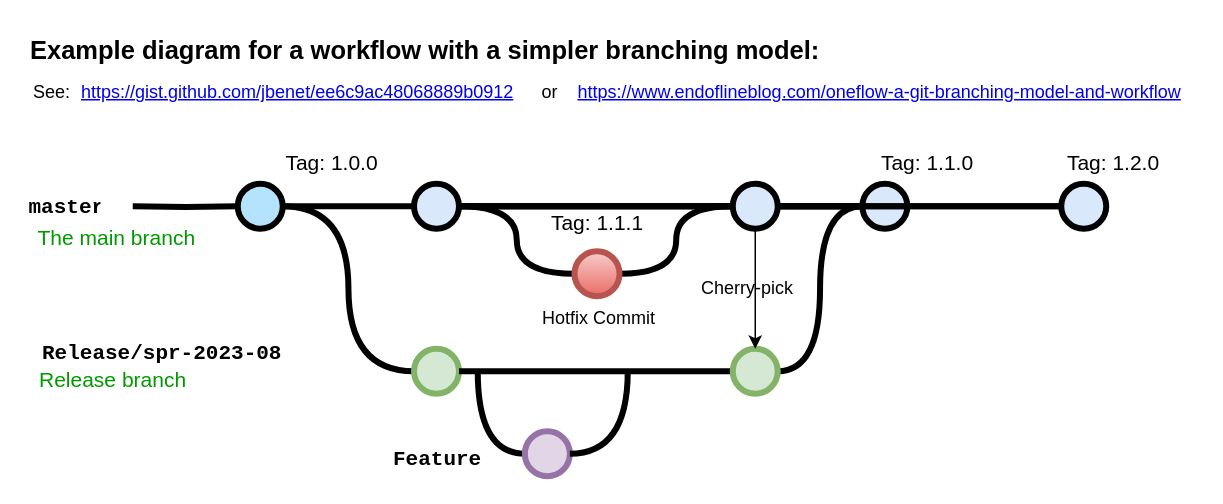
mbetancourt82/mbetancourt keeps this draw.io diagram as Untitled Diagram.drawio. Above is the earlier version. Source tidied: cells renumbered, new cells numbered last; positions are measured from the earlier drawing's top-left corner, leaving out a move shared by most shapes. Both pictures are drawn from the tidied source at 150%, with x=0, y=0 at pixel (27, 26).
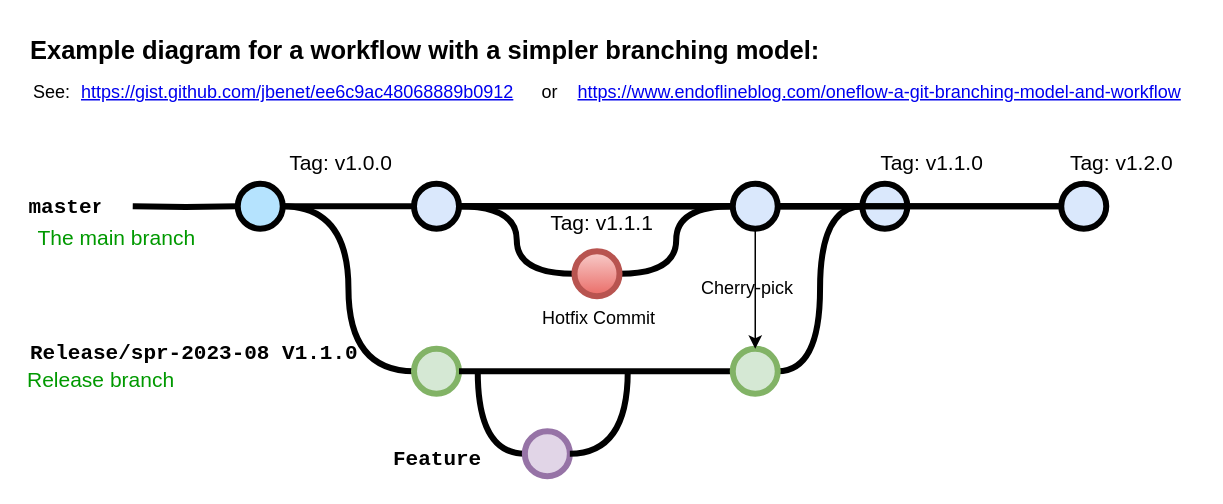
Above is the later version.

The edit, as a diff of the source:
```diff
@@
-    <mxCell id="21" value="Release/spr-2023-08" style="text;html=1;strokeColor=none;fillColor=none;align=left;verticalAlign=middle;whiteSpace=wrap;overflow=hidden;fontSize=14;fontStyle=1;fontFamily=Courier New;" parent="1" vertex="1">
-      <mxGeometry x="7.5" y="207" width="240" height="20" as="geometry" />
+    <mxCell id="21" value="Release/spr-2023-08 V1.1.0" style="text;html=1;strokeColor=none;fillColor=none;align=left;verticalAlign=middle;whiteSpace=wrap;overflow=hidden;fontSize=14;fontStyle=1;fontFamily=Courier New;" parent="1" vertex="1">
+      <mxGeometry x="-0.5" y="207" width="240" height="20" as="geometry" />
     </mxCell>
@@
     <mxCell id="23" value="Release branch" style="text;html=1;strokeColor=none;fillColor=none;align=left;verticalAlign=middle;whiteSpace=wrap;overflow=hidden;fontSize=14;fontStyle=0;fontColor=#009900;" parent="1" vertex="1">
-      <mxGeometry x="6.2" y="225" width="202.2" height="20" as="geometry" />
+      <mxGeometry x="-1.8" y="225" width="202.2" height="20" as="geometry" />
     </mxCell>
-    <mxCell id="24" value="Tag: 1.0.0" style="text;html=1;strokeColor=none;fillColor=none;align=center;verticalAlign=middle;whiteSpace=wrap;overflow=hidden;fontSize=14;" parent="1" vertex="1">
-      <mxGeometry x="168.4" y="80" width="70" height="20" as="geometry" />
+    <mxCell id="24" value="Tag: v1.0.0" style="text;html=1;strokeColor=none;fillColor=none;align=center;verticalAlign=middle;whiteSpace=wrap;overflow=hidden;fontSize=14;" parent="1" vertex="1">
+      <mxGeometry x="168.4" y="80" width="81.6" height="20" as="geometry" />
     </mxCell>
-    <mxCell id="25" value="Tag: 1.1.0" style="text;html=1;strokeColor=none;fillColor=none;align=center;verticalAlign=middle;whiteSpace=wrap;overflow=hidden;fontSize=14;" parent="1" vertex="1">
-      <mxGeometry x="564.5" y="80" width="70" height="20" as="geometry" />
+    <mxCell id="25" value="Tag: v1.1.0" style="text;html=1;strokeColor=none;fillColor=none;align=center;verticalAlign=middle;whiteSpace=wrap;overflow=hidden;fontSize=14;" parent="1" vertex="1">
+      <mxGeometry x="564.5" y="80" width="75.5" height="20" as="geometry" />
     </mxCell>
@@
-    <mxCell id="31" value="Tag: 1.1.1" style="text;html=1;strokeColor=none;fillColor=none;align=center;verticalAlign=middle;whiteSpace=wrap;overflow=hidden;fontSize=14;" parent="1" vertex="1">
-      <mxGeometry x="344.5" y="120" width="70" height="20" as="geometry" />
+    <mxCell id="31" value="Tag: v1.1.1" style="text;html=1;strokeColor=none;fillColor=none;align=center;verticalAlign=middle;whiteSpace=wrap;overflow=hidden;fontSize=14;" parent="1" vertex="1">
+      <mxGeometry x="344.5" y="120" width="75.5" height="20" as="geometry" />
     </mxCell>
-    <mxCell id="32" value="Tag: 1.2.0" style="text;html=1;strokeColor=none;fillColor=none;align=center;verticalAlign=middle;whiteSpace=wrap;overflow=hidden;fontSize=14;" parent="1" vertex="1">
-      <mxGeometry x="689" y="80" width="70" height="20" as="geometry" />
+    <mxCell id="32" value="Tag: v1.2.0" style="text;html=1;strokeColor=none;fillColor=none;align=center;verticalAlign=middle;whiteSpace=wrap;overflow=hidden;fontSize=14;" parent="1" vertex="1">
+      <mxGeometry x="689" y="80" width="81" height="20" as="geometry" />
     </mxCell>
```
